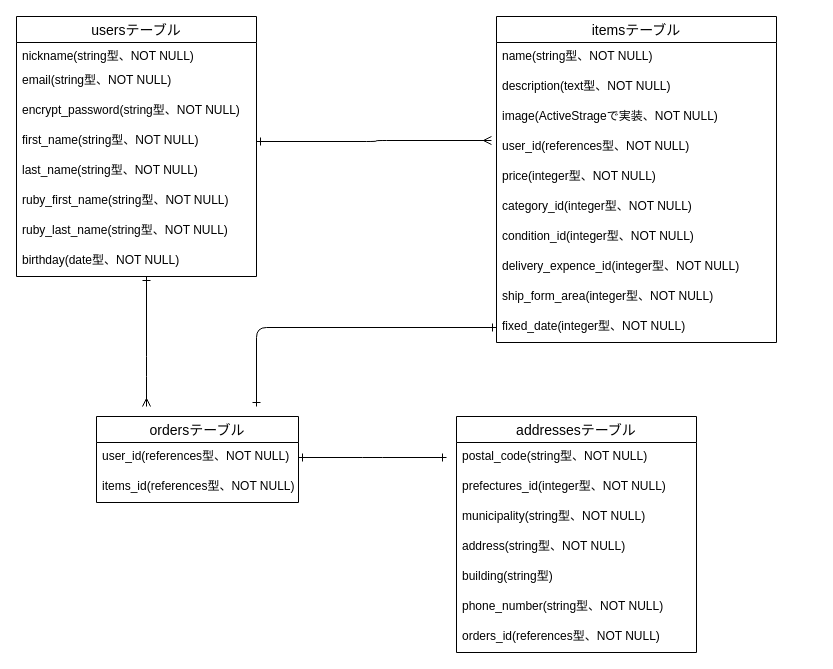
The draw.io diagram furima-35509.dio in techhomare/furima-35509, before the edit. Source tidied: cells renumbered, new cells numbered last; positions are measured from the earlier drawing's top-left corner, leaving out a move shared by most shapes. Both pictures are drawn from the tidied source at 100%, with x=0, y=0 at pixel (16, 16).
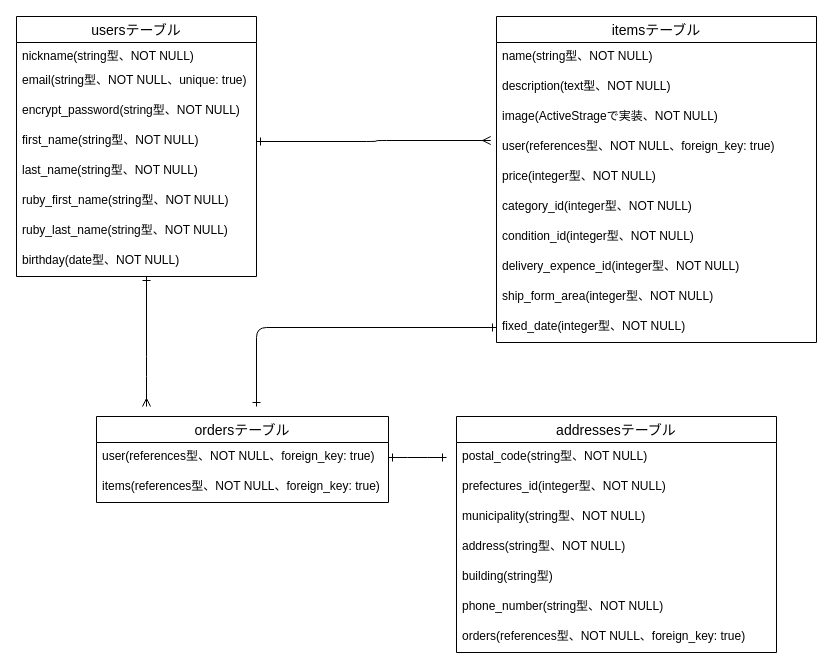
After the change.

Commit message (it also covers changes not shown here):
データベース設計の修正

Unchanged cells that the change refers to:
```xml
<mxCell id="3" value="usersテーブル" style="swimlane;fontStyle=0;horizontal=1;startSize=26;align=center;fontSize=14;" parent="1" vertex="1">
  <mxGeometry width="240" height="260" as="geometry" />
</mxCell>
```

Change to the diagram source:
```diff
@@
-    <mxCell id="5" value="email(string型、NOT NULL)" style="text;strokeColor=none;fillColor=none;spacingLeft=4;spacingRight=4;overflow=hidden;fontSize=12;" parent="3" vertex="1">
+    <mxCell id="5" value="email(string型、NOT NULL、unique: true)&#10;" style="text;strokeColor=none;fillColor=none;spacingLeft=4;spacingRight=4;overflow=hidden;fontSize=12;" parent="3" vertex="1">
       <mxGeometry y="50" width="240" height="30" as="geometry" />
     </mxCell>
@@
     <mxCell id="12" value="itemsテーブル" style="swimlane;fontStyle=0;horizontal=1;startSize=26;align=center;fontSize=14;" parent="1" vertex="1">
-      <mxGeometry x="480" width="280" height="326" as="geometry" />
+      <mxGeometry x="480" width="320" height="326" as="geometry" />
     </mxCell>
     <mxCell id="13" value="name(string型、NOT NULL)" style="text;strokeColor=none;fillColor=none;spacingLeft=4;spacingRight=4;overflow=hidden;fontSize=12;" parent="12" vertex="1">
-      <mxGeometry y="26" width="280" height="30" as="geometry" />
+      <mxGeometry y="26" width="320" height="30" as="geometry" />
     </mxCell>
     <mxCell id="14" value="description(text型、NOT NULL)&#10;" style="text;strokeColor=none;fillColor=none;spacingLeft=4;spacingRight=4;overflow=hidden;fontSize=12;" parent="12" vertex="1">
-      <mxGeometry y="56" width="280" height="30" as="geometry" />
+      <mxGeometry y="56" width="320" height="30" as="geometry" />
     </mxCell>
     <mxCell id="15" value="image(ActiveStrageで実装、NOT NULL)&#10;" style="text;strokeColor=none;fillColor=none;spacingLeft=4;spacingRight=4;overflow=hidden;fontSize=12;" parent="12" vertex="1">
-      <mxGeometry y="86" width="280" height="30" as="geometry" />
+      <mxGeometry y="86" width="320" height="30" as="geometry" />
     </mxCell>
-    <mxCell id="16" value="user_id(references型、NOT NULL)&#10;" style="text;strokeColor=none;fillColor=none;spacingLeft=4;spacingRight=4;overflow=hidden;points=[[0,0.5],[1,0.5]];portConstraint=eastwest;fontSize=12;" parent="12" vertex="1">
-      <mxGeometry y="116" width="280" height="30" as="geometry" />
+    <mxCell id="16" value="user(references型、NOT NULL、foreign_key: true)&#10;&#10;" style="text;strokeColor=none;fillColor=none;spacingLeft=4;spacingRight=4;overflow=hidden;points=[[0,0.5],[1,0.5]];portConstraint=eastwest;fontSize=12;" parent="12" vertex="1">
+      <mxGeometry y="116" width="320" height="30" as="geometry" />
     </mxCell>
     <mxCell id="17" value="price(integer型、NOT NULL)" style="text;strokeColor=none;fillColor=none;spacingLeft=4;spacingRight=4;overflow=hidden;fontSize=12;" parent="12" vertex="1">
-      <mxGeometry y="146" width="280" height="30" as="geometry" />
+      <mxGeometry y="146" width="320" height="30" as="geometry" />
     </mxCell>
     <mxCell id="18" value="category_id(integer型、NOT NULL)" style="text;strokeColor=none;fillColor=none;spacingLeft=4;spacingRight=4;overflow=hidden;fontSize=12;" parent="12" vertex="1">
-      <mxGeometry y="176" width="280" height="30" as="geometry" />
+      <mxGeometry y="176" width="320" height="30" as="geometry" />
     </mxCell>
     <mxCell id="19" value="condition_id(integer型、NOT NULL)" style="text;strokeColor=none;fillColor=none;spacingLeft=4;spacingRight=4;overflow=hidden;fontSize=12;" parent="12" vertex="1">
-      <mxGeometry y="206" width="280" height="30" as="geometry" />
+      <mxGeometry y="206" width="320" height="30" as="geometry" />
     </mxCell>
     <mxCell id="20" value="delivery_expence_id(integer型、NOT NULL)" style="text;strokeColor=none;fillColor=none;spacingLeft=4;spacingRight=4;overflow=hidden;fontSize=12;" parent="12" vertex="1">
-      <mxGeometry y="236" width="280" height="30" as="geometry" />
+      <mxGeometry y="236" width="320" height="30" as="geometry" />
     </mxCell>
     <mxCell id="21" value="ship_form_area(integer型、NOT NULL)" style="text;strokeColor=none;fillColor=none;spacingLeft=4;spacingRight=4;overflow=hidden;fontSize=12;" parent="12" vertex="1">
-      <mxGeometry y="266" width="280" height="30" as="geometry" />
+      <mxGeometry y="266" width="320" height="30" as="geometry" />
     </mxCell>
     <mxCell id="22" value="fixed_date(integer型、NOT NULL)" style="text;strokeColor=none;fillColor=none;spacingLeft=4;spacingRight=4;overflow=hidden;points=[[0,0.5],[1,0.5]];portConstraint=eastwest;fontSize=12;" parent="12" vertex="1">
-      <mxGeometry y="296" width="280" height="30" as="geometry" />
+      <mxGeometry y="296" width="320" height="30" as="geometry" />
     </mxCell>
     <mxCell id="23" value="ordersテーブル" style="swimlane;fontStyle=0;horizontal=1;startSize=26;align=center;fontSize=14;" parent="1" vertex="1">
-      <mxGeometry x="80" y="400" width="202" height="86" as="geometry" />
+      <mxGeometry x="80" y="400" width="292" height="86" as="geometry" />
     </mxCell>
-    <mxCell id="24" value="user_id(references型、NOT NULL)" style="text;strokeColor=none;fillColor=none;spacingLeft=4;spacingRight=4;overflow=hidden;points=[[0,0.5],[1,0.5]];portConstraint=eastwest;fontSize=12;" parent="23" vertex="1">
-      <mxGeometry y="26" width="202" height="30" as="geometry" />
+    <mxCell id="24" value="user(references型、NOT NULL、foreign_key: true)&#10;" style="text;strokeColor=none;fillColor=none;spacingLeft=4;spacingRight=4;overflow=hidden;points=[[0,0.5],[1,0.5]];portConstraint=eastwest;fontSize=12;" parent="23" vertex="1">
+      <mxGeometry y="26" width="292" height="30" as="geometry" />
     </mxCell>
-    <mxCell id="25" value="items_id(references型、NOT NULL)" style="text;strokeColor=none;fillColor=none;spacingLeft=4;spacingRight=4;overflow=hidden;fontSize=12;" parent="23" vertex="1">
-      <mxGeometry y="56" width="202" height="30" as="geometry" />
+    <mxCell id="25" value="items(references型、NOT NULL、foreign_key: true)&#10;" style="text;strokeColor=none;fillColor=none;spacingLeft=4;spacingRight=4;overflow=hidden;fontSize=12;" parent="23" vertex="1">
+      <mxGeometry y="56" width="292" height="30" as="geometry" />
     </mxCell>
     <mxCell id="26" value="addressesテーブル" style="swimlane;fontStyle=0;horizontal=1;startSize=26;align=center;fontSize=14;" parent="1" vertex="1">
-      <mxGeometry x="440" y="400" width="240" height="236" as="geometry" />
+      <mxGeometry x="440" y="400" width="320" height="236" as="geometry" />
     </mxCell>
     <mxCell id="27" value="postal_code(string型、NOT NULL)" style="text;strokeColor=none;fillColor=none;spacingLeft=4;spacingRight=4;overflow=hidden;fontSize=12;" parent="26" vertex="1">
-      <mxGeometry y="26" width="240" height="30" as="geometry" />
+      <mxGeometry y="26" width="320" height="30" as="geometry" />
     </mxCell>
     <mxCell id="28" value="prefectures_id(integer型、NOT NULL)" style="text;strokeColor=none;fillColor=none;spacingLeft=4;spacingRight=4;overflow=hidden;fontSize=12;" parent="26" vertex="1">
-      <mxGeometry y="56" width="240" height="30" as="geometry" />
+      <mxGeometry y="56" width="320" height="30" as="geometry" />
     </mxCell>
     <mxCell id="29" value="municipality(string型、NOT NULL)" style="text;strokeColor=none;fillColor=none;spacingLeft=4;spacingRight=4;overflow=hidden;fontSize=12;" parent="26" vertex="1">
-      <mxGeometry y="86" width="240" height="30" as="geometry" />
+      <mxGeometry y="86" width="320" height="30" as="geometry" />
     </mxCell>
     <mxCell id="30" value="address(string型、NOT NULL)" style="text;strokeColor=none;fillColor=none;spacingLeft=4;spacingRight=4;overflow=hidden;fontSize=12;" parent="26" vertex="1">
-      <mxGeometry y="116" width="240" height="30" as="geometry" />
+      <mxGeometry y="116" width="320" height="30" as="geometry" />
     </mxCell>
     <mxCell id="31" value="building(string型)" style="text;strokeColor=none;fillColor=none;spacingLeft=4;spacingRight=4;overflow=hidden;fontSize=12;" parent="26" vertex="1">
-      <mxGeometry y="146" width="240" height="30" as="geometry" />
+      <mxGeometry y="146" width="320" height="30" as="geometry" />
     </mxCell>
     <mxCell id="32" value="phone_number(string型、NOT NULL)" style="text;strokeColor=none;fillColor=none;spacingLeft=4;spacingRight=4;overflow=hidden;fontSize=12;" parent="26" vertex="1">
-      <mxGeometry y="176" width="240" height="30" as="geometry" />
+      <mxGeometry y="176" width="320" height="30" as="geometry" />
     </mxCell>
-    <mxCell id="33" value="orders_id(references型、NOT NULL)" style="text;strokeColor=none;fillColor=none;spacingLeft=4;spacingRight=4;overflow=hidden;fontSize=12;" parent="26" vertex="1">
-      <mxGeometry y="206" width="240" height="30" as="geometry" />
+    <mxCell id="33" value="orders(references型、NOT NULL、foreign_key: true)&#10;" style="text;strokeColor=none;fillColor=none;spacingLeft=4;spacingRight=4;overflow=hidden;fontSize=12;" parent="26" vertex="1">
+      <mxGeometry y="206" width="320" height="30" as="geometry" />
     </mxCell>
```
